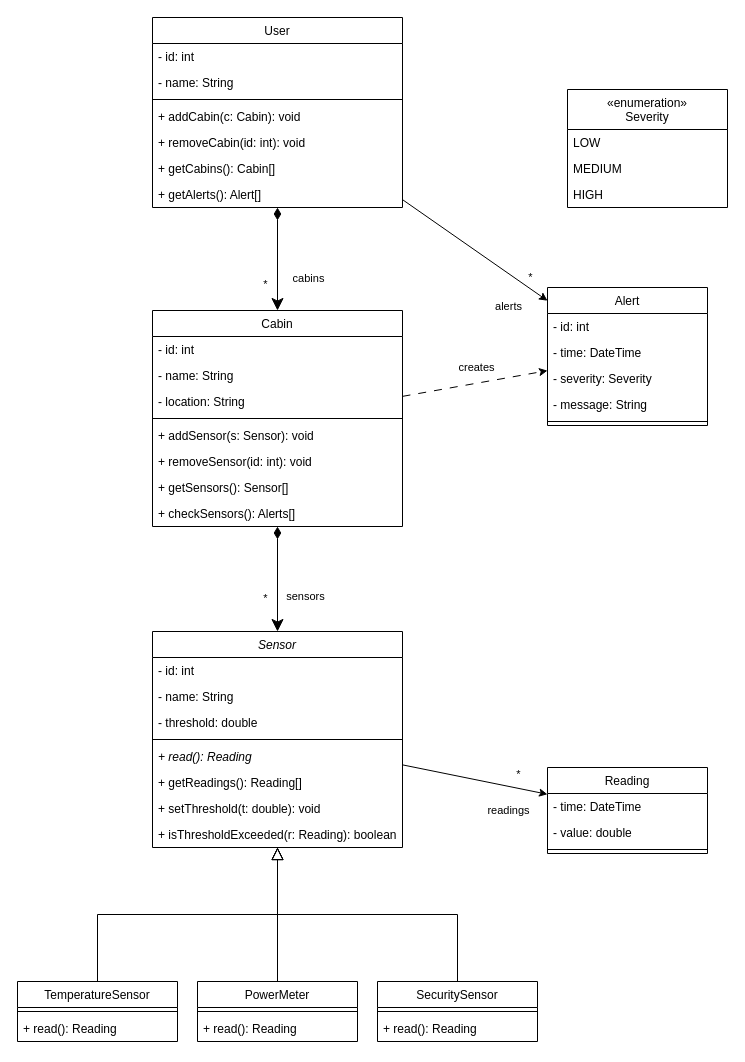
The draw.io diagram project/diagrams/input/class.drawio in Sergiu-Sturza/Assignment-1-Model-first-AI-second, before the edit. Source tidied: cells renumbered, new cells numbered last; positions are measured from the earlier drawing's top-left corner, leaving out a move shared by most shapes. Both pictures are drawn from the tidied source at 100%, with x=0, y=0 at pixel (17, 17).
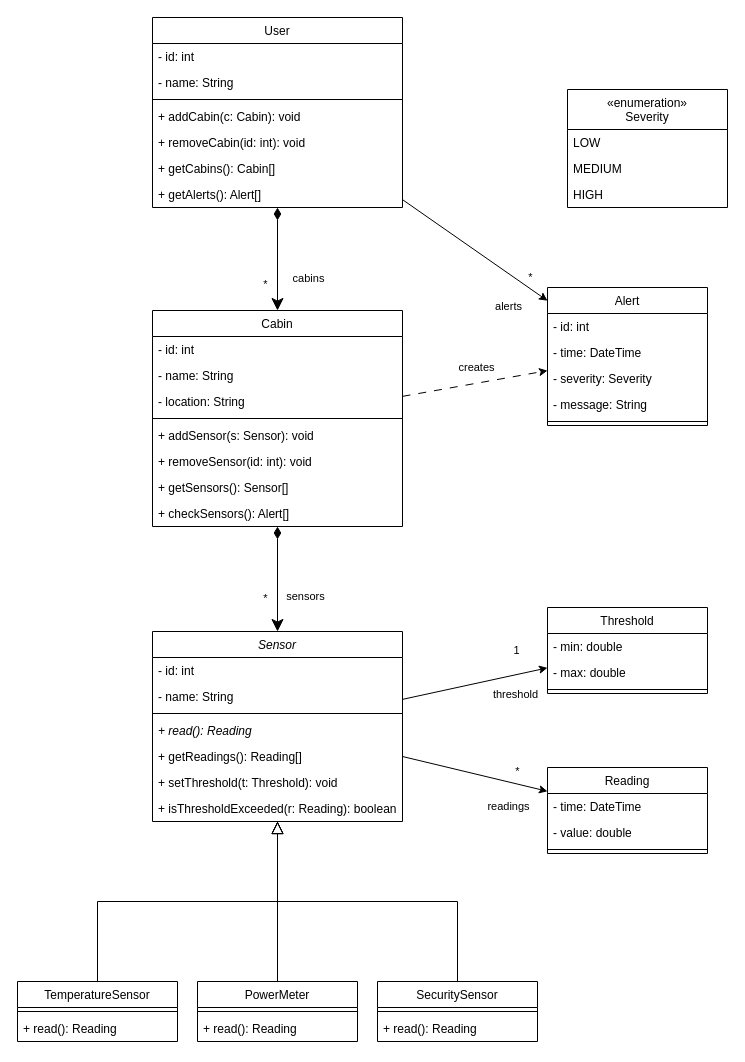
After the change.

Commit message:
update class diagram

Unchanged cells that the change refers to:
```xml
<mxCell id="51" value="Cabin" style="swimlane;fontStyle=0;align=center;verticalAlign=top;horizontal=1;startSize=26;rounded=0;shadow=0;strokeWidth=1;" parent="1" vertex="1">
  <mxGeometry x="135" y="293" width="250" height="216" as="geometry" />
</mxCell>
```

The edit, as a diff of the source:
```diff
@@
+    <mxCell id="68" style="edgeStyle=none;html=1;" parent="1" edge="1" source="7" target="71">
+      <mxGeometry relative="1" as="geometry" />
+    </mxCell>
+    <mxCell id="69" value="1" style="edgeLabel;html=1;align=center;verticalAlign=middle;" parent="68" vertex="1">
+      <mxGeometry x="0.74" y="-2" relative="1" as="geometry">
+        <mxPoint x="-13" y="-24" as="offset" />
+      </mxGeometry>
+    </mxCell>
+    <mxCell id="70" value="threshold" style="edgeLabel;html=1;align=center;verticalAlign=middle;" parent="68" vertex="1">
+      <mxGeometry x="0.7" y="-4" relative="1" as="geometry">
+        <mxPoint x="-11" y="17" as="offset" />
+      </mxGeometry>
+    </mxCell>
     <mxCell id="7" value="Sensor" style="swimlane;fontStyle=2;align=center;verticalAlign=top;horizontal=1;startSize=26;rounded=0;shadow=0;strokeWidth=1;" parent="1" vertex="1">
-      <mxGeometry x="135" y="614" width="250" height="216" as="geometry" />
+      <mxGeometry x="135" y="614" width="250" height="190" as="geometry" />
     </mxCell>
@@
-    <mxCell id="10" value="- threshold: double" style="text;align=left;verticalAlign=top;spacingLeft=4;spacingRight=4;overflow=hidden;rounded=0;shadow=0;html=0;" parent="7" vertex="1">
-      <mxGeometry y="78" width="250" height="26" as="geometry" />
-    </mxCell>
     <mxCell id="11" style="line;html=1;strokeWidth=1;align=left;verticalAlign=middle;spacingTop=-1;spacingLeft=3;spacingRight=3;labelPosition=right;" parent="7" vertex="1">
-      <mxGeometry y="104" width="250" height="8" as="geometry" />
+      <mxGeometry y="78" width="250" height="8" as="geometry" />
     </mxCell>
     <mxCell id="12" value="+ read(): Reading" style="text;align=left;verticalAlign=top;spacingLeft=4;spacingRight=4;overflow=hidden;fontStyle=2;" parent="7" vertex="1">
-      <mxGeometry y="112" width="250" height="26" as="geometry" />
+      <mxGeometry y="86" width="250" height="26" as="geometry" />
     </mxCell>
     <mxCell id="13" value="+ getReadings(): Reading[]" style="text;align=left;verticalAlign=top;spacingLeft=4;spacingRight=4;overflow=hidden;fontStyle=0;" parent="7" vertex="1">
-      <mxGeometry y="138" width="250" height="26" as="geometry" />
+      <mxGeometry y="112" width="250" height="26" as="geometry" />
     </mxCell>
-    <mxCell id="14" value="+ setThreshold(t: double): void" style="text;align=left;verticalAlign=top;spacingLeft=4;spacingRight=4;overflow=hidden;rounded=0;shadow=0;html=0;" parent="7" vertex="1">
-      <mxGeometry y="164" width="250" height="26" as="geometry" />
+    <mxCell id="14" value="+ setThreshold(t: Threshold): void" style="text;align=left;verticalAlign=top;spacingLeft=4;spacingRight=4;overflow=hidden;rounded=0;shadow=0;html=0;" parent="7" vertex="1">
+      <mxGeometry y="138" width="250" height="26" as="geometry" />
     </mxCell>
     <mxCell id="15" value="+ isThresholdExceeded(r: Reading): boolean" style="text;align=left;verticalAlign=top;spacingLeft=4;spacingRight=4;overflow=hidden;fontStyle=0;" parent="7" vertex="1">
-      <mxGeometry y="190" width="250" height="26" as="geometry" />
+      <mxGeometry y="164" width="250" height="26" as="geometry" />
     </mxCell>
@@
-    <mxCell id="59" value="+ checkSensors(): Alerts[]" style="text;align=left;verticalAlign=top;spacingLeft=4;spacingRight=4;overflow=hidden;rounded=0;shadow=0;html=0;" parent="51" vertex="1">
+    <mxCell id="59" value="+ checkSensors(): Alert[]" style="text;align=left;verticalAlign=top;spacingLeft=4;spacingRight=4;overflow=hidden;rounded=0;shadow=0;html=0;" parent="51" vertex="1">
       <mxGeometry y="190" width="250" height="26" as="geometry" />
     </mxCell>
@@
+    <mxCell id="71" value="Threshold" style="swimlane;fontStyle=0;align=center;verticalAlign=top;horizontal=1;startSize=26;rounded=0;shadow=0;strokeWidth=1;" parent="1" vertex="1">
+      <mxGeometry x="530" y="590" width="160" height="86" as="geometry" />
+    </mxCell>
+    <mxCell id="72" value="- min: double" style="text;align=left;verticalAlign=top;spacingLeft=4;spacingRight=4;overflow=hidden;rounded=0;shadow=0;html=0;" parent="71" vertex="1">
+      <mxGeometry y="26" width="160" height="26" as="geometry" />
+    </mxCell>
+    <mxCell id="73" value="- max: double" style="text;align=left;verticalAlign=top;spacingLeft=4;spacingRight=4;overflow=hidden;rounded=0;shadow=0;html=0;" parent="71" vertex="1">
+      <mxGeometry y="52" width="160" height="26" as="geometry" />
+    </mxCell>
+    <mxCell id="74" style="line;html=1;strokeWidth=1;align=left;verticalAlign=middle;spacingTop=-1;spacingLeft=3;spacingRight=3;labelPosition=right;" parent="71" vertex="1">
+      <mxGeometry y="78" width="160" height="8" as="geometry" />
+    </mxCell>
```
